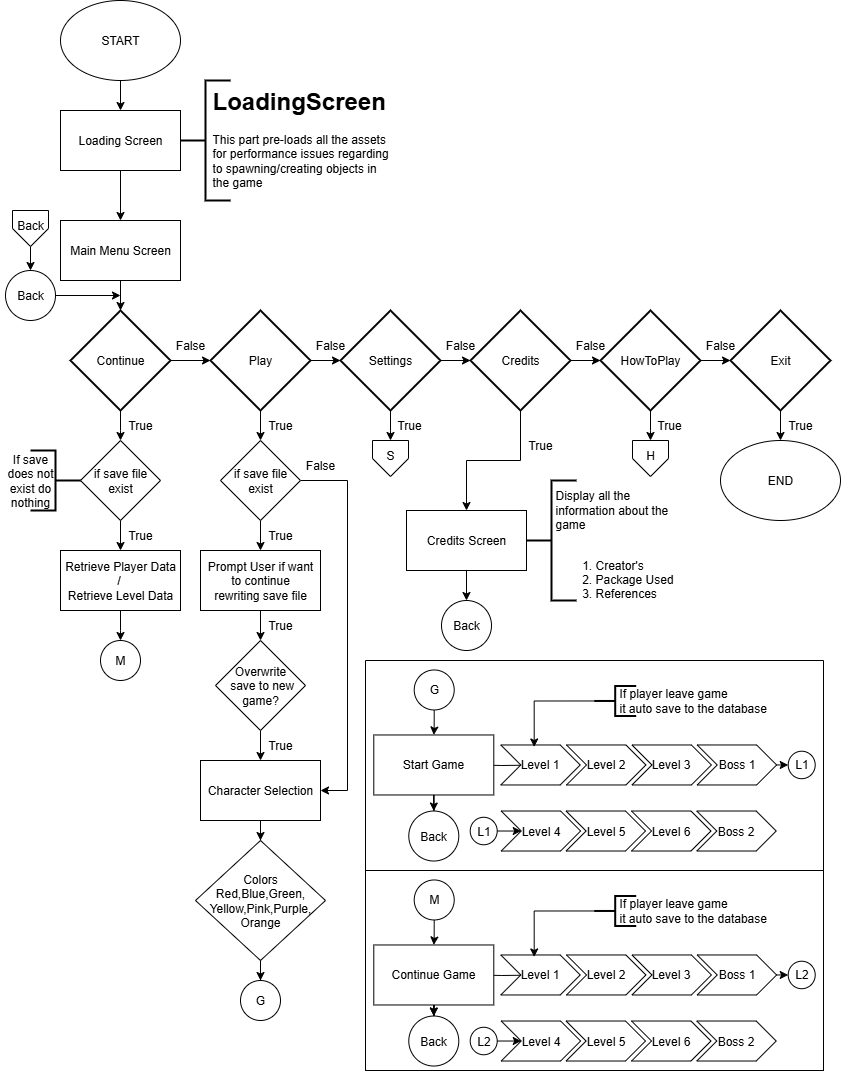
Zane-Styx/Final-Project keeps this draw.io diagram as Untitled Diagram.drawio.png. Above is the earlier version. Source tidied: cells renumbered, new cells last; positions are measured from the earlier drawing's top-left corner, leaving out a move shared by most shapes.
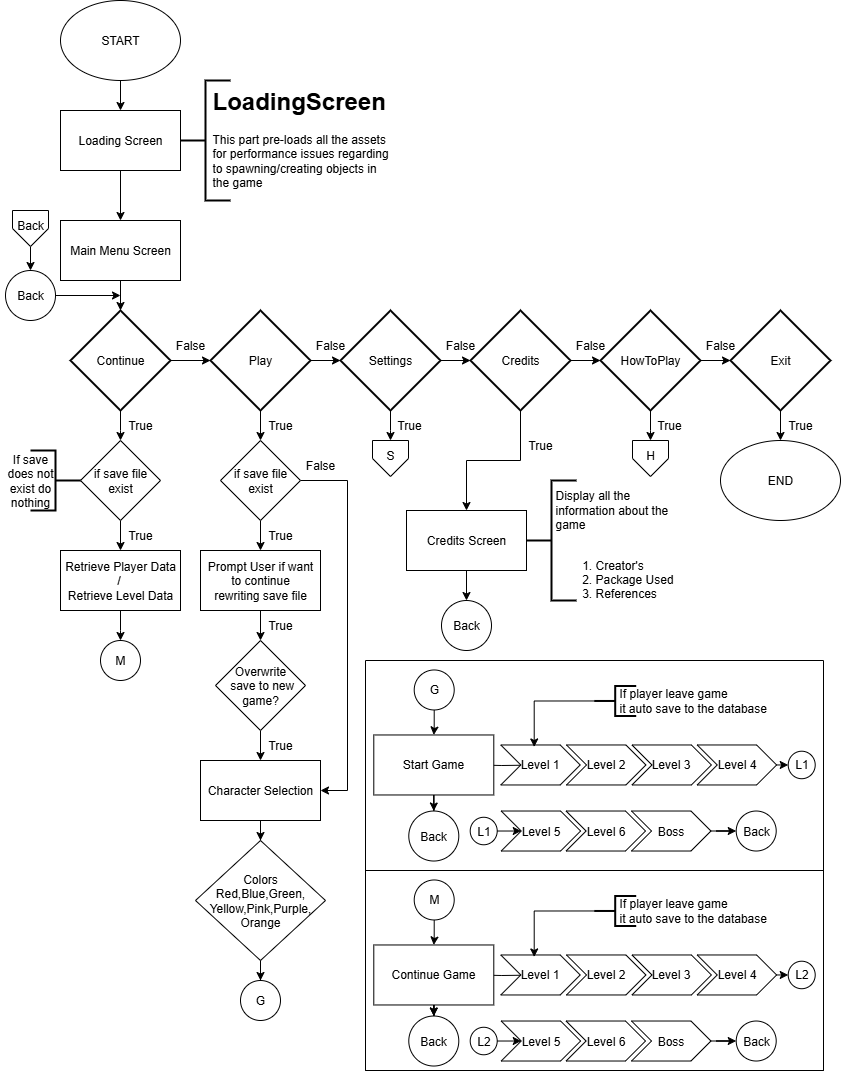
The same diagram one commit later.

Change to the diagram source:
```diff
@@ -235,18 +235,21 @@
     <mxCell id="73" style="group;" parent="69" vertex="1">
       <mxGeometry x="135.7" y="150.5" width="275" height="40" as="geometry" />
     </mxCell>
-    <mxCell id="74" value="Level 4" style="shape=step;perimeter=stepPerimeter;whiteSpace=wrap;html=1;fixedSize=1;" parent="73" vertex="1">
+    <mxCell id="74" value="Level 5" style="shape=step;perimeter=stepPerimeter;whiteSpace=wrap;html=1;fixedSize=1;" parent="73" vertex="1">
       <mxGeometry width="79.4" height="40" as="geometry" />
     </mxCell>
-    <mxCell id="75" value="Level 5" style="shape=step;perimeter=stepPerimeter;whiteSpace=wrap;html=1;fixedSize=1;" parent="73" vertex="1">
+    <mxCell id="75" value="Level 6" style="shape=step;perimeter=stepPerimeter;whiteSpace=wrap;html=1;fixedSize=1;" parent="73" vertex="1">
       <mxGeometry x="64.9" width="79.4" height="40" as="geometry" />
     </mxCell>
+    <mxCell id="126" style="edgeStyle=orthogonalEdgeStyle;rounded=0;jettySize=auto;html=1;" parent="73" edge="1" source="76" target="127">
+      <mxGeometry relative="1" as="geometry" />
+    </mxCell>
-    <mxCell id="76" value="Level 6" style="shape=step;perimeter=stepPerimeter;whiteSpace=wrap;html=1;fixedSize=1;" parent="73" vertex="1">
+    <mxCell id="76" value="Boss" style="shape=step;perimeter=stepPerimeter;whiteSpace=wrap;html=1;fixedSize=1;" parent="73" vertex="1">
       <mxGeometry x="130.3" width="79.4" height="40" as="geometry" />
     </mxCell>
-    <mxCell id="77" value="Boss 2" style="shape=step;perimeter=stepPerimeter;whiteSpace=wrap;html=1;fixedSize=1;align=center;" parent="73" vertex="1">
-      <mxGeometry x="195.6" width="79.4" height="40" as="geometry" />
-    </mxCell>
+    <mxCell id="127" value="Back" style="ellipse;whiteSpace=wrap;html=1;" parent="73" vertex="1">
+      <mxGeometry x="235" width="40" height="40" as="geometry" />
+    </mxCell>
     <mxCell id="78" style="group;" parent="69" vertex="1">
       <mxGeometry x="135.3" y="84.5" width="275.8" height="40" as="geometry" />
     </mxCell>
@@ -259,7 +262,7 @@
     <mxCell id="81" value="Level 3" style="shape=step;perimeter=stepPerimeter;whiteSpace=wrap;html=1;fixedSize=1;" parent="78" vertex="1">
       <mxGeometry x="131.2" width="79.4" height="40" as="geometry" />
     </mxCell>
-    <mxCell id="82" value="Boss 1" style="shape=step;perimeter=stepPerimeter;whiteSpace=wrap;html=1;fixedSize=1;" parent="78" vertex="1">
+    <mxCell id="82" value="Level 4" style="shape=step;perimeter=stepPerimeter;whiteSpace=wrap;html=1;fixedSize=1;" parent="78" vertex="1">
       <mxGeometry x="196.4" width="79.4" height="40" as="geometry" />
     </mxCell>
     <mxCell id="83" value="L1" style="ellipse;whiteSpace=wrap;html=1;" parent="69" vertex="1">
@@ -309,18 +312,21 @@
     <mxCell id="97" style="group;" parent="92" vertex="1">
       <mxGeometry x="135.7" y="150.5" width="275" height="40" as="geometry" />
     </mxCell>
-    <mxCell id="98" value="Level 4" style="shape=step;perimeter=stepPerimeter;whiteSpace=wrap;html=1;fixedSize=1;" parent="97" vertex="1">
+    <mxCell id="98" value="Level 5" style="shape=step;perimeter=stepPerimeter;whiteSpace=wrap;html=1;fixedSize=1;" parent="97" vertex="1">
       <mxGeometry width="79.4" height="40" as="geometry" />
     </mxCell>
-    <mxCell id="99" value="Level 5" style="shape=step;perimeter=stepPerimeter;whiteSpace=wrap;html=1;fixedSize=1;" parent="97" vertex="1">
+    <mxCell id="99" value="Level 6" style="shape=step;perimeter=stepPerimeter;whiteSpace=wrap;html=1;fixedSize=1;" parent="97" vertex="1">
       <mxGeometry x="64.9" width="79.4" height="40" as="geometry" />
     </mxCell>
+    <mxCell id="128" style="edgeStyle=orthogonalEdgeStyle;rounded=0;jettySize=auto;html=1;" parent="97" edge="1" source="100" target="129">
+      <mxGeometry relative="1" as="geometry" />
+    </mxCell>
-    <mxCell id="100" value="Level 6" style="shape=step;perimeter=stepPerimeter;whiteSpace=wrap;html=1;fixedSize=1;" parent="97" vertex="1">
+    <mxCell id="100" value="Boss" style="shape=step;perimeter=stepPerimeter;whiteSpace=wrap;html=1;fixedSize=1;" parent="97" vertex="1">
       <mxGeometry x="130.3" width="79.4" height="40" as="geometry" />
     </mxCell>
-    <mxCell id="101" value="Boss 2" style="shape=step;perimeter=stepPerimeter;whiteSpace=wrap;html=1;fixedSize=1;align=center;" parent="97" vertex="1">
-      <mxGeometry x="195.6" width="79.4" height="40" as="geometry" />
-    </mxCell>
+    <mxCell id="129" value="Back" style="ellipse;whiteSpace=wrap;html=1;" parent="97" vertex="1">
+      <mxGeometry x="235" width="40" height="40" as="geometry" />
+    </mxCell>
     <mxCell id="102" style="group;" parent="92" vertex="1">
       <mxGeometry x="135.3" y="84.5" width="275.8" height="40" as="geometry" />
     </mxCell>
@@ -333,7 +339,7 @@
     <mxCell id="105" value="Level 3" style="shape=step;perimeter=stepPerimeter;whiteSpace=wrap;html=1;fixedSize=1;" parent="102" vertex="1">
       <mxGeometry x="131.2" width="79.4" height="40" as="geometry" />
     </mxCell>
-    <mxCell id="106" value="Boss 1" style="shape=step;perimeter=stepPerimeter;whiteSpace=wrap;html=1;fixedSize=1;" parent="102" vertex="1">
+    <mxCell id="106" value="Level 4" style="shape=step;perimeter=stepPerimeter;whiteSpace=wrap;html=1;fixedSize=1;" parent="102" vertex="1">
       <mxGeometry x="196.4" width="79.4" height="40" as="geometry" />
     </mxCell>
     <mxCell id="107" value="L2" style="ellipse;whiteSpace=wrap;html=1;" parent="92" vertex="1">
```
